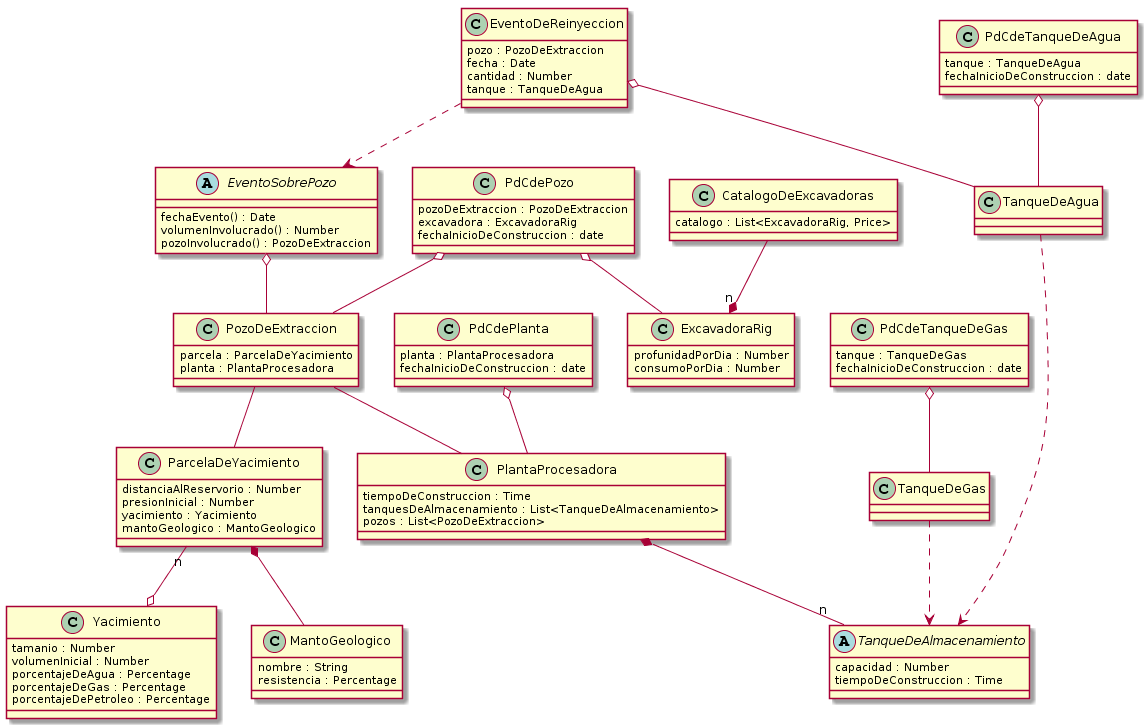
This is informe/Partes/diagrama2.png from lautaroalvarez/tp1-isw, a PlantUML export, as it was before one commit. Its diagram source:
```plantuml
@startuml
class PozoDeExtraccion {
    parcela : ParcelaDeYacimiento
    planta : PlantaProcesadora
}

class ParcelaDeYacimiento {
    distanciaAlReservorio : Number
    presionInicial : Number
    yacimiento : Yacimiento
    mantoGeologico : MantoGeologico
}

class PlantaProcesadora {
    tiempoDeConstruccion : Time
    tanquesDeAlmacenamiento : List<TanqueDeAlmacenamiento>
    pozos : List<PozoDeExtraccion>
}

abstract TanqueDeAlmacenamiento {
    capacidad : Number
    tiempoDeConstruccion : Time
}

class MantoGeologico{
    nombre : String
    resistencia : Percentage
}

class Yacimiento {
    tamanio : Number
    volumenInicial : Number
    porcentajeDeAgua : Percentage
    porcentajeDeGas : Percentage
    porcentajeDePetroleo : Percentage
}

class ExcavadoraRig {
    profunidadPorDia : Number
    consumoPorDia : Number
}

abstract EventoSobrePozo {
    fechaEvento() : Date
    volumenInvolucrado() : Number
    pozoInvolucrado() : PozoDeExtraccion
}

class EventoDeReinyeccion {
    pozo : PozoDeExtraccion
    fecha : Date
    cantidad : Number
    tanque : TanqueDeAgua
}

class PdCdePozo {
    pozoDeExtraccion : PozoDeExtraccion
    excavadora : ExcavadoraRig
    fechaInicioDeConstruccion : date
}

class PdCdePlanta {
    planta : PlantaProcesadora
    fechaInicioDeConstruccion : date
}

class PdCdeTanqueDeAgua {
    tanque : TanqueDeAgua
    fechaInicioDeConstruccion : date
}

class PdCdeTanqueDeGas {
    tanque : TanqueDeGas
    fechaInicioDeConstruccion : date
}

class CatalogoDeExcavadoras {
    catalogo : List<ExcavadoraRig, Price>
}

EventoDeReinyeccion o-- TanqueDeAgua
EventoDeReinyeccion ..> EventoSobrePozo

EventoSobrePozo o-- PozoDeExtraccion

PdCdePozo o-- PozoDeExtraccion
PdCdePozo o-- ExcavadoraRig

PozoDeExtraccion -- ParcelaDeYacimiento
PozoDeExtraccion -- PlantaProcesadora

ParcelaDeYacimiento *-- MantoGeologico
ParcelaDeYacimiento "n" --o Yacimiento

PdCdePlanta o-- PlantaProcesadora

PlantaProcesadora *-- "n" TanqueDeAlmacenamiento

PdCdeTanqueDeAgua o-- TanqueDeAgua
PdCdeTanqueDeGas o-- TanqueDeGas

TanqueDeAgua ..> TanqueDeAlmacenamiento
TanqueDeGas ..> TanqueDeAlmacenamiento

CatalogoDeExcavadoras --* "n" ExcavadoraRig
@enduml
```
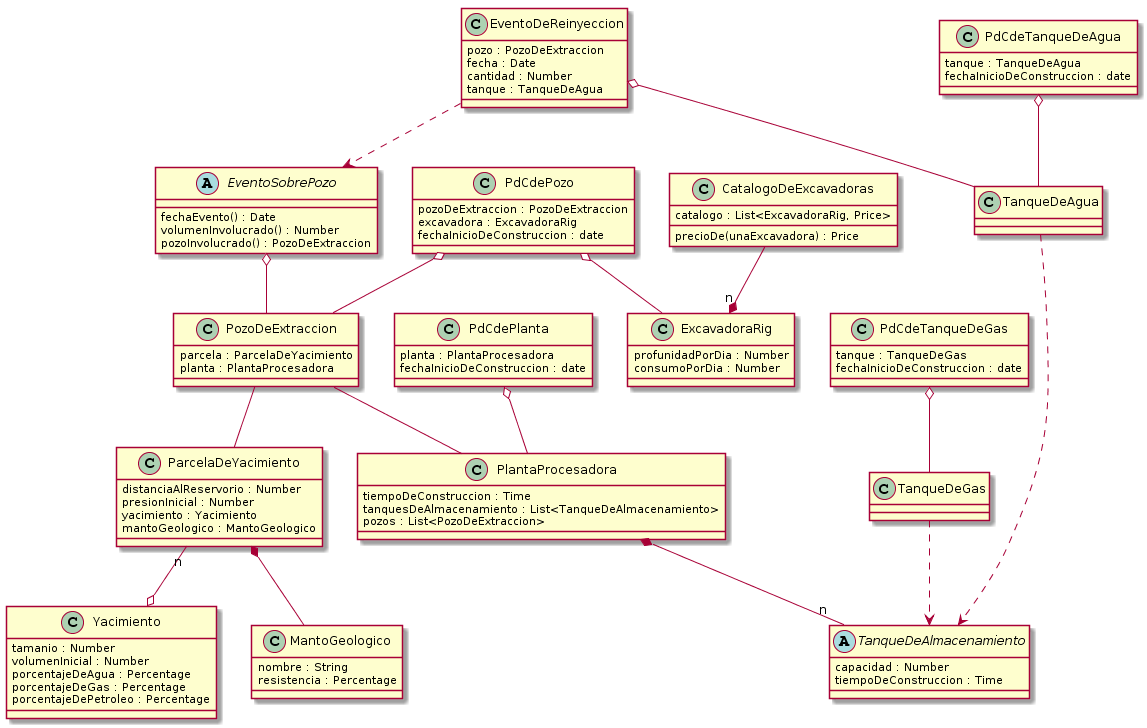
The same diagram one commit later.

Commit message:
Explicacion Diagrama de Clases

Change to the diagram source:
```diff
@@ -76,6 +76,7 @@
 
 class CatalogoDeExcavadoras {
     catalogo : List<ExcavadoraRig, Price>
+    precioDe(unaExcavadora) : Price
 }
 
 EventoDeReinyeccion o-- TanqueDeAgua
```
